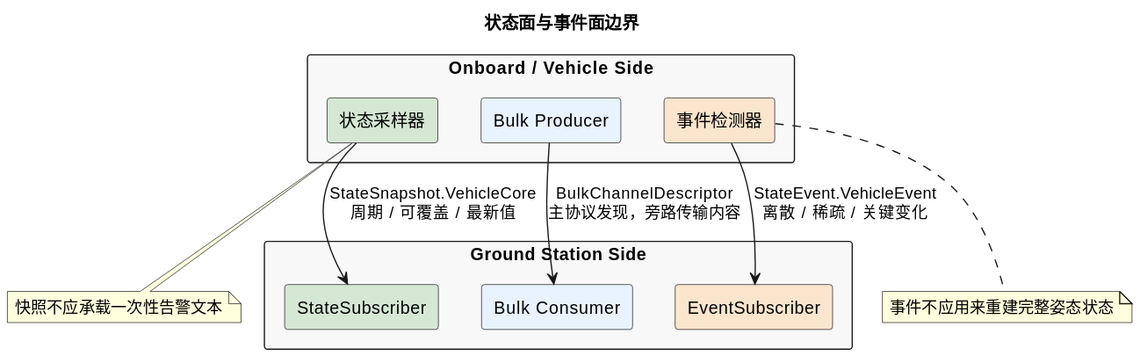
Before: docs/diagrams/plantuml/svg/state_and_event_planes.svg, a diagram exported from PlantUML (YunDrone-Team/yunlink). Source of this version:
```plantuml
@startuml
skinparamlocked backgroundColor white
title 状态面与事件面边界
skinparam backgroundColor white
skinparam shadowing false
skinparam packageStyle rectangle

package "Onboard / Vehicle Side" #F8F8F8 {
  rectangle "状态采样器" as sampler #D5E8D4
  rectangle "事件检测器" as detector #FCE5CD
  rectangle "Bulk Producer" as producer #E8F3FF
}

package "Ground Station Side" #F8F8F8 {
  rectangle "StateSubscriber" as sub_state #D5E8D4
  rectangle "EventSubscriber" as sub_event #FCE5CD
  rectangle "Bulk Consumer" as sub_bulk #E8F3FF
}

sampler --> sub_state : StateSnapshot.VehicleCore\n周期 / 可覆盖 / 最新值
detector --> sub_event : StateEvent.VehicleEvent\n离散 / 稀疏 / 关键变化
producer --> sub_bulk : BulkChannelDescriptor\n主协议发现，旁路传输内容

note bottom of sampler
快照不应承载一次性告警文本
end note

note bottom of detector
事件不应用来重建完整姿态状态
end note
@enduml
```
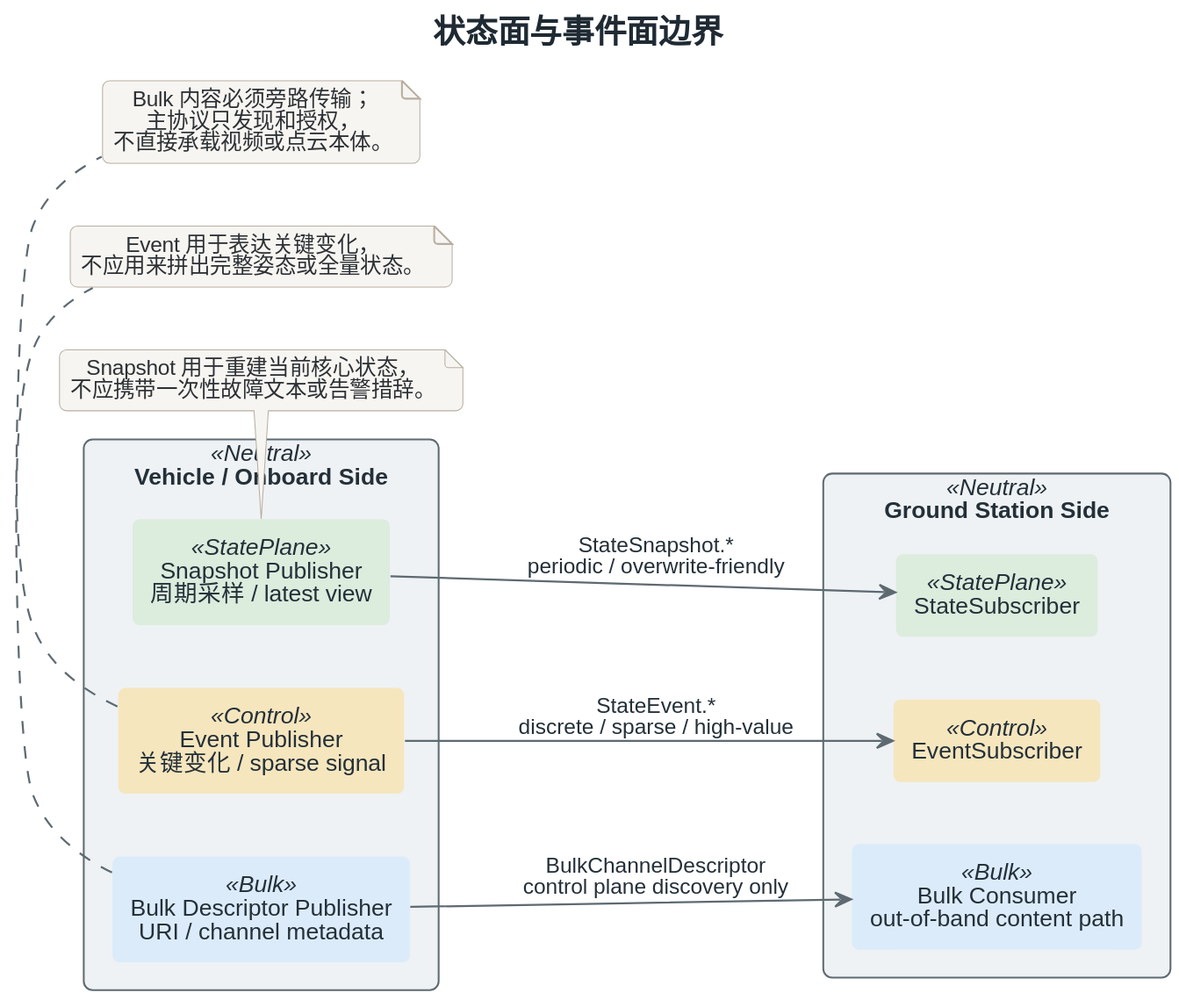
After the commit.

Diff of the diagram source:
```diff
@@ -1,31 +1,38 @@
 @startuml
 skinparamlocked backgroundColor white
+!include _yunlink_protocol_theme.iuml
 title 状态面与事件面边界
-skinparam backgroundColor white
-skinparam shadowing false
-skinparam packageStyle rectangle
+left to right direction
 
-package "Onboard / Vehicle Side" #F8F8F8 {
-  rectangle "状态采样器" as sampler #D5E8D4
-  rectangle "事件检测器" as detector #FCE5CD
-  rectangle "Bulk Producer" as producer #E8F3FF
+package "Vehicle / Onboard Side" <<Neutral>> {
+  component "Snapshot Publisher\n周期采样 / latest view" as sampler <<StatePlane>>
+  component "Event Publisher\n关键变化 / sparse signal" as detector <<Control>>
+  component "Bulk Descriptor Publisher\nURI / channel metadata" as producer <<Bulk>>
 }
 
-package "Ground Station Side" #F8F8F8 {
-  rectangle "StateSubscriber" as sub_state #D5E8D4
-  rectangle "EventSubscriber" as sub_event #FCE5CD
-  rectangle "Bulk Consumer" as sub_bulk #E8F3FF
+package "Ground Station Side" <<Neutral>> {
+  component "StateSubscriber" as sub_state <<StatePlane>>
+  component "EventSubscriber" as sub_event <<Control>>
+  component "Bulk Consumer\nout-of-band content path" as sub_bulk <<Bulk>>
 }
 
-sampler --> sub_state : StateSnapshot.VehicleCore\n周期 / 可覆盖 / 最新值
-detector --> sub_event : StateEvent.VehicleEvent\n离散 / 稀疏 / 关键变化
-producer --> sub_bulk : BulkChannelDescriptor\n主协议发现，旁路传输内容
+sampler --> sub_state : StateSnapshot.*\nperiodic / overwrite-friendly
+detector --> sub_event : StateEvent.*\ndiscrete / sparse / high-value
+producer --> sub_bulk : BulkChannelDescriptor\ncontrol plane discovery only
 
 note bottom of sampler
-快照不应承载一次性告警文本
+Snapshot 用于重建当前核心状态，
+不应携带一次性故障文本或告警措辞。
 end note
 
 note bottom of detector
-事件不应用来重建完整姿态状态
+Event 用于表达关键变化，
+不应用来拼出完整姿态或全量状态。
+end note
+
+note bottom of producer
+Bulk 内容必须旁路传输；
+主协议只发现和授权，
+不直接承载视频或点云本体。
 end note
 @enduml
```
